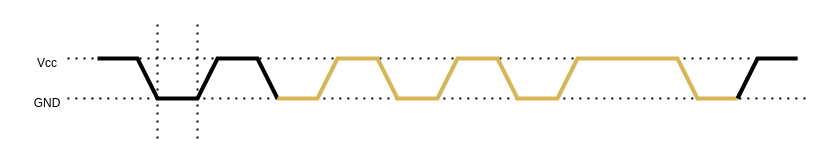
The draw.io diagram DHT11总线.drawio in niusama2/papper_chart, before the edit. Source tidied: cells renumbered, new cells numbered last; positions are measured from the earlier drawing's top-left corner, leaving out a move shared by most shapes. Both pictures are drawn from the tidied source at 100%, with x=0, y=0 at pixel (17, 18).
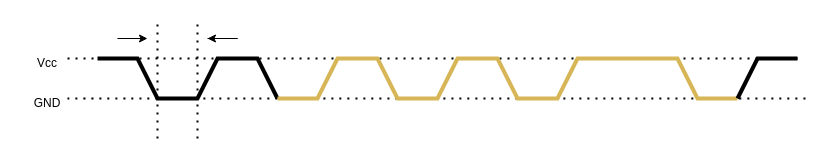
The same diagram, later.

The edit, as a diff of the source:
```diff
@@
+    <mxCell id="11" style="endArrow=classic;html=1;rounded=0;" parent="1" edge="1">
+      <mxGeometry relative="1" as="geometry">
+        <mxPoint x="100" y="20" as="sourcePoint" />
+        <mxPoint x="130" y="20" as="targetPoint" />
+      </mxGeometry>
+    </mxCell>
+    <mxCell id="12" style="endArrow=classic;html=1;rounded=0;" parent="1" edge="1">
+      <mxGeometry relative="1" as="geometry">
+        <mxPoint x="190" y="20" as="sourcePoint" />
+        <mxPoint x="190" y="20" as="targetPoint" />
+        <Array as="points">
+          <mxPoint x="220" y="20" />
+        </Array>
+      </mxGeometry>
+    </mxCell>
```
